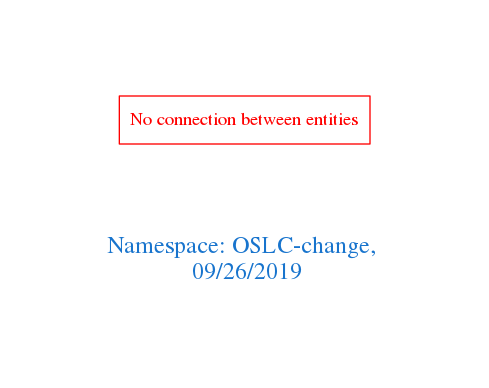
Before: downloads/OSLC-change.png, a diagram exported from Graphviz (arago/OGIT). Its source is kept beside it as downloads/OSLC-change.dot.
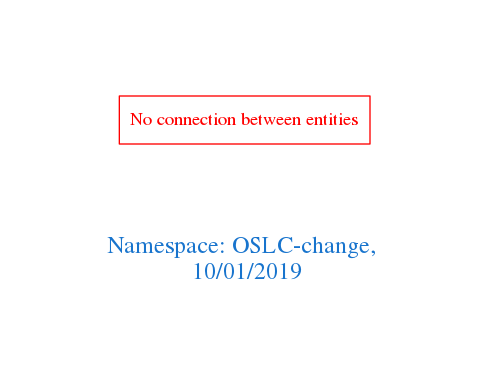
The same file after the commit.

What changed in the source:
```diff
@@ -1,7 +1,7 @@
 digraph OGIT_ontology {
  graph [ rankdir= LR,pad=1
 fontsize = 18,
-fontcolor= dodgerblue3,label = "\n\n\nNamespace: OSLC-change, \n 09/26/2019"];
+fontcolor= dodgerblue3,label = "\n\n\nNamespace: OSLC-change, \n 10/01/2019"];
 node[shape=polygon];
 edge [  color="gray81"];
 
```
